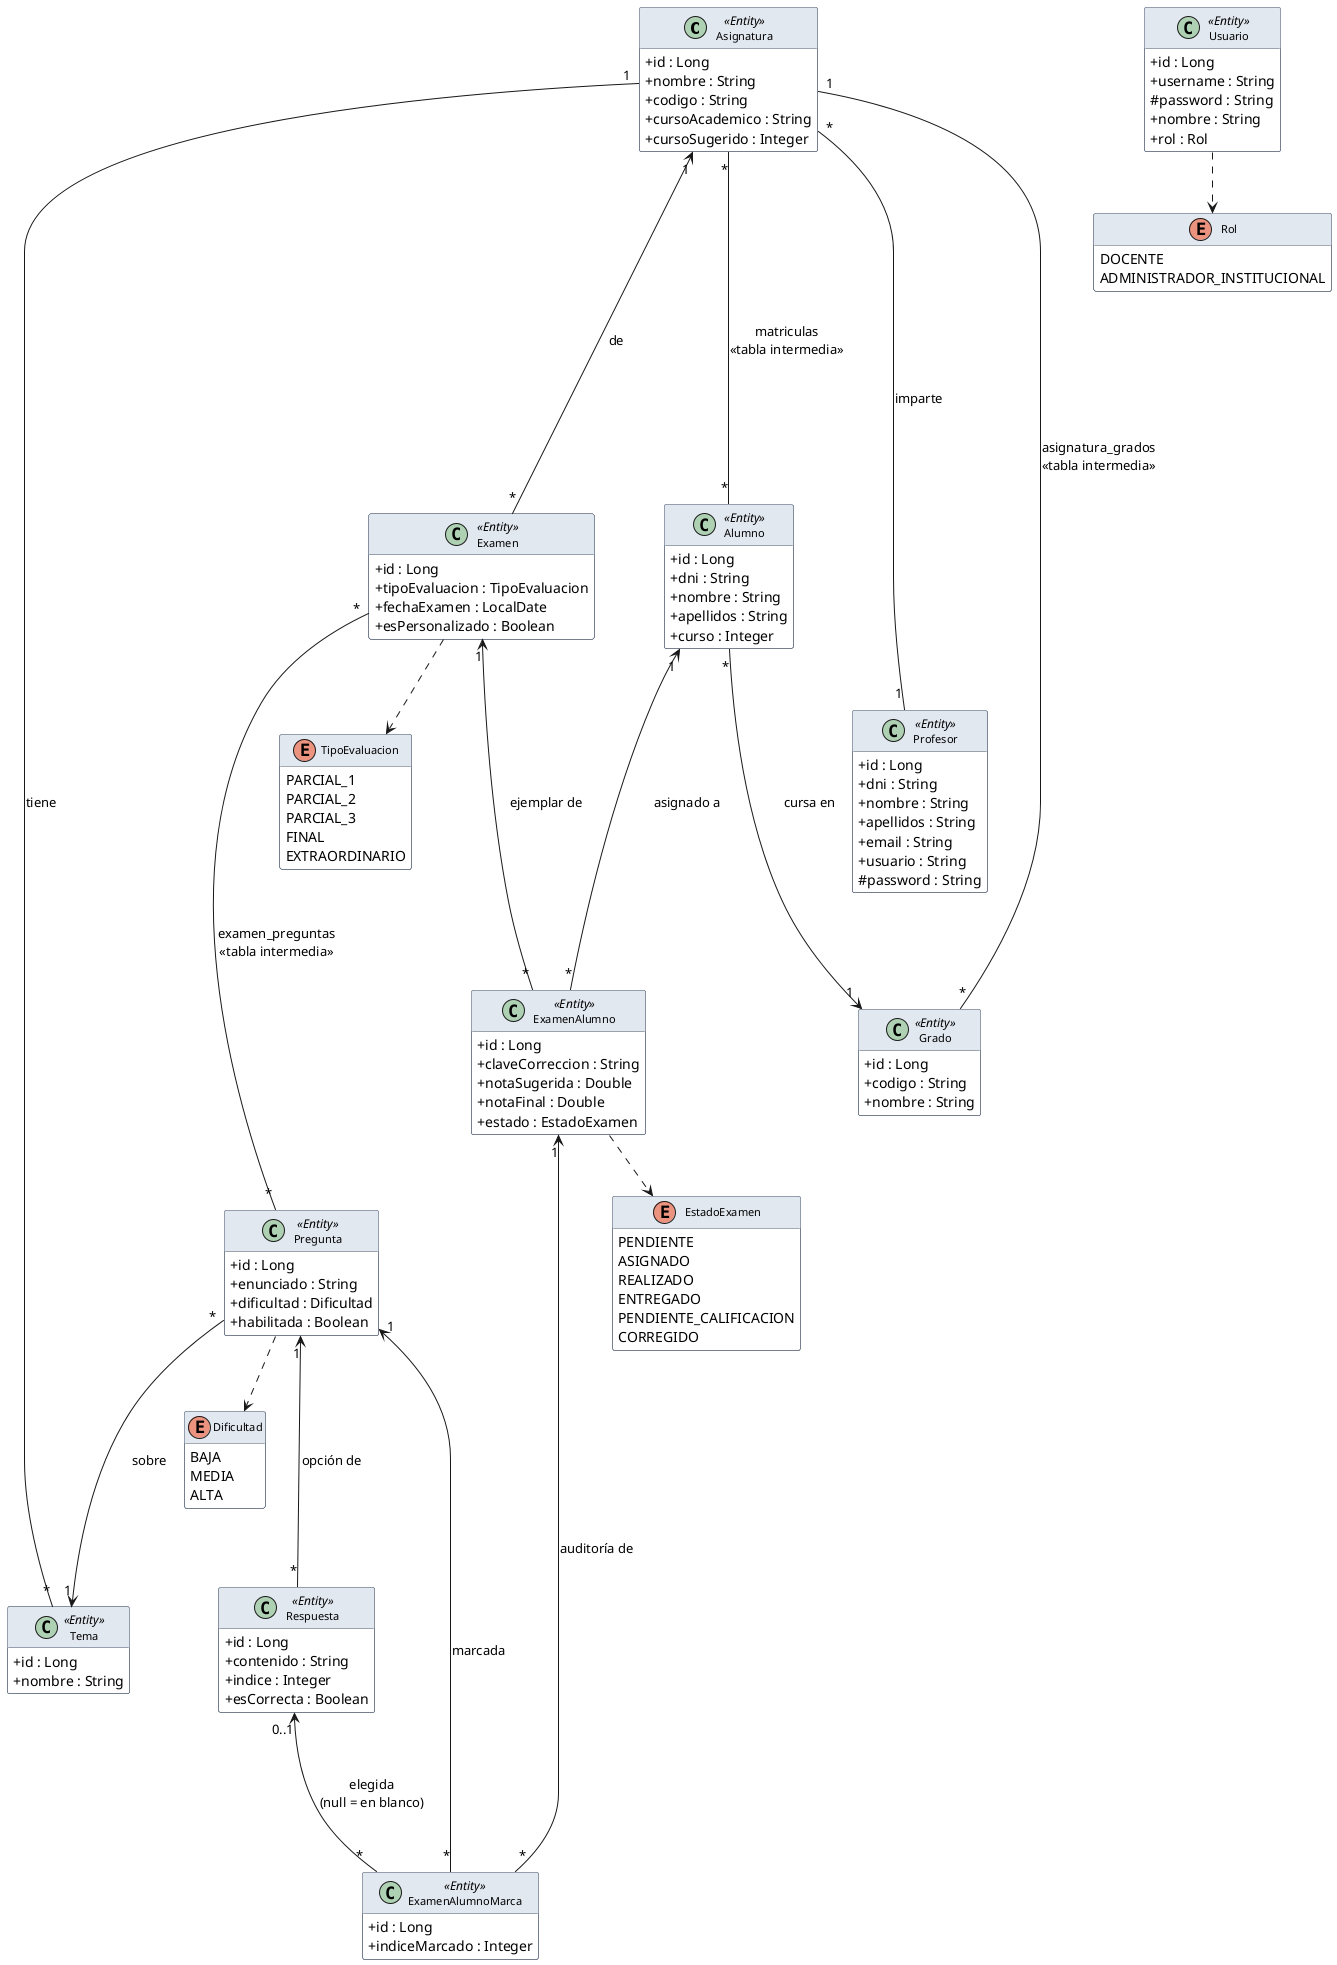
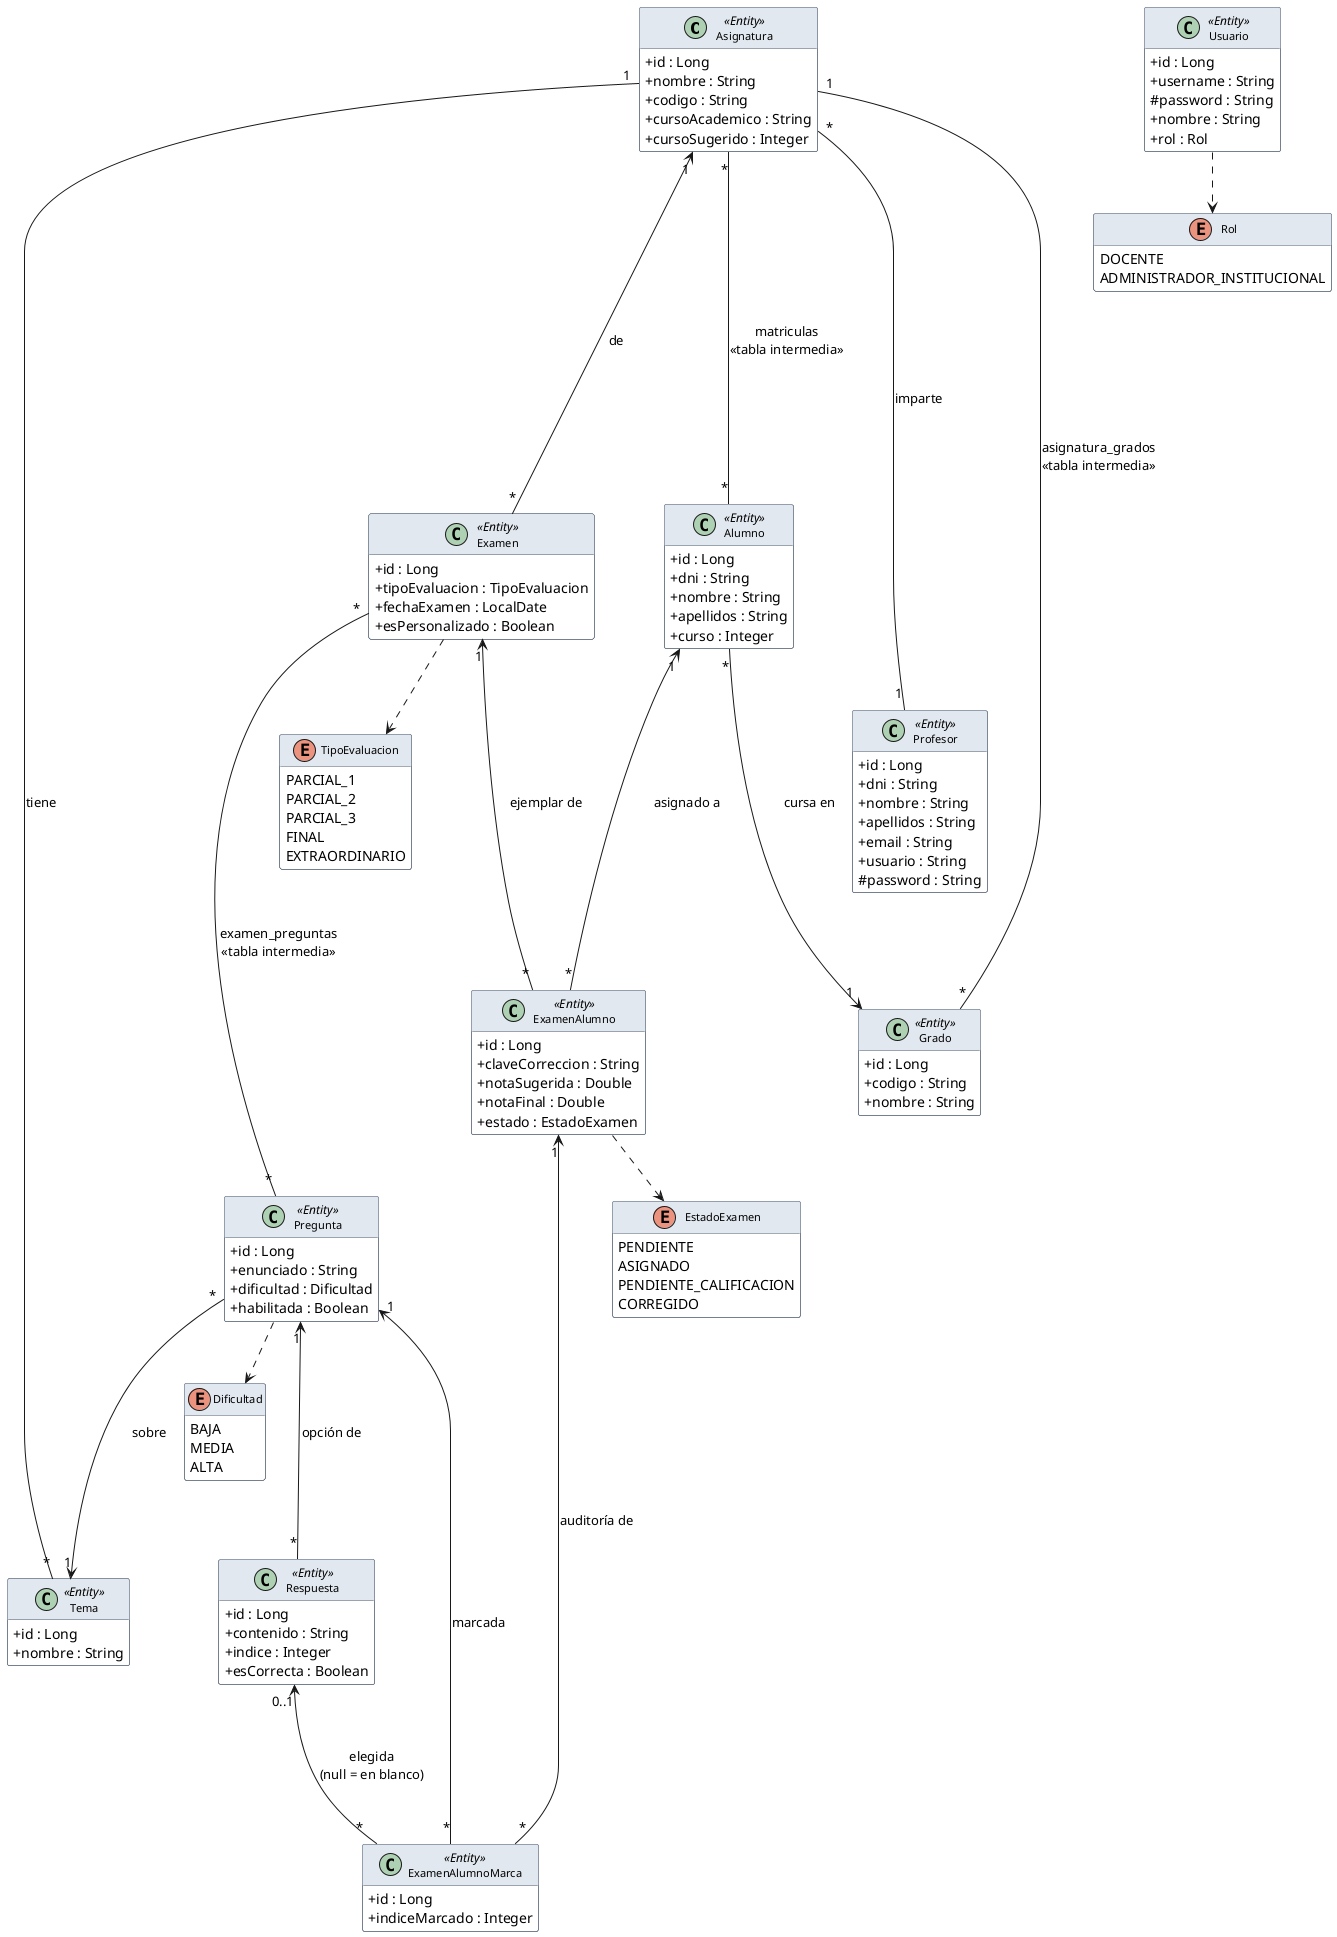
@startuml
skinparam classAttributeIconSize 0
skinparam class {
  BackgroundColor white
  BorderColor #475569
  HeaderBackgroundColor #e2e8f0
  FontName Arial
  FontSize 11
}
skinparam enum {
  BackgroundColor #fef9c3
  BorderColor #ca8a04
  FontName Arial
  FontSize 10
}
hide empty members

' ══ ENTIDADES ══

class Asignatura <<Entity>> {
  + id : Long
  + nombre : String
  + codigo : String
  + cursoAcademico : String
  + cursoSugerido : Integer
}

together {
  class Examen <<Entity>> {
    + id : Long
    + tipoEvaluacion : TipoEvaluacion
    + fechaExamen : LocalDate
    + esPersonalizado : Boolean
  }
  class Alumno <<Entity>> {
    + id : Long
    + dni : String
    + nombre : String
    + apellidos : String
    + curso : Integer
  }
}

together {
  class Profesor <<Entity>> {
    + id : Long
    + dni : String
    + nombre : String
    + apellidos : String
    + email : String
    + usuario : String
    # password : String
  }
  class ExamenAlumno <<Entity>> {
    + id : Long
    + claveCorreccion : String
    + notaSugerida : Double
    + notaFinal : Double
    + estado : EstadoExamen
  }
}

together {
  class Pregunta <<Entity>> {
    + id : Long
    + enunciado : String
    + dificultad : Dificultad
    + habilitada : Boolean
  }
  class Grado <<Entity>> {
    + id : Long
    + codigo : String
    + nombre : String
  }
}

together {
  class Tema <<Entity>> {
    + id : Long
    + nombre : String
  }
  class Respuesta <<Entity>> {
    + id : Long
    + contenido : String
    + indice : Integer
    + esCorrecta : Boolean
  }
}

class ExamenAlumnoMarca <<Entity>> {
  + id : Long
  + indiceMarcado : Integer
}

together {
  class Usuario <<Entity>> {
    + id : Long
    + username : String
    # password : String
    + nombre : String
    + rol : Rol
  }
  enum Rol {
    DOCENTE
    ADMINISTRADOR_INSTITUCIONAL
  }
}

enum TipoEvaluacion {
  PARCIAL_1
  PARCIAL_2
  PARCIAL_3
  FINAL
  EXTRAORDINARIO
}

enum EstadoExamen {
  PENDIENTE
  ASIGNADO
-   REALIZADO
-   ENTREGADO
  PENDIENTE_CALIFICACION
  CORREGIDO
}

enum Dificultad {
  BAJA
  MEDIA
  ALTA
}

' ══ FLECHAS OCULTAS — anclan filas sin relación directa ══
Examen       -[hidden]d->  Profesor
ExamenAlumno -[hidden]d->  Pregunta
Profesor     -[hidden]d->  Grado

' ══ RELACIONES ══

' Auth
Usuario ..> Rol

' Asignatura como eje central
Examen       "*"  --u->  "1"  Asignatura    : de
Alumno       "*"  --u--  "*"  Asignatura    : matriculas\n<<tabla intermedia>>
Profesor     "1"  --u--  "*"  Asignatura    : imparte
Asignatura   "1"  --d--  "*"  Grado         : asignatura_grados\n<<tabla intermedia>>
Asignatura   "1"  --d--  "*"  Tema          : tiene

' Alumno → Grado
Alumno       "*"  --d->  "1"  Grado         : cursa en

' Contenido
Pregunta     "*"  --d->  "1"  Tema          : sobre
Pregunta     ..>  Dificultad
Respuesta    "*"  --u->  "1"  Pregunta      : opción de

' Examen
Examen       ..>  TipoEvaluacion
Examen       "*"  --d--  "*"  Pregunta      : examen_preguntas\n<<tabla intermedia>>

' Ejemplar
ExamenAlumno ..>  EstadoExamen
ExamenAlumno "*"  --u->  "1"  Examen        : ejemplar de
ExamenAlumno "*"  --u->  "1"  Alumno        : asignado a

' Auditoría
ExamenAlumnoMarca  "*"  --u->  "1"    ExamenAlumno  : auditoría de
ExamenAlumnoMarca  "*"  --u->  "1"    Pregunta      : marcada
ExamenAlumnoMarca  "*"  --u->  "0..1" Respuesta     : elegida\n(null = en blanco)

@enduml
